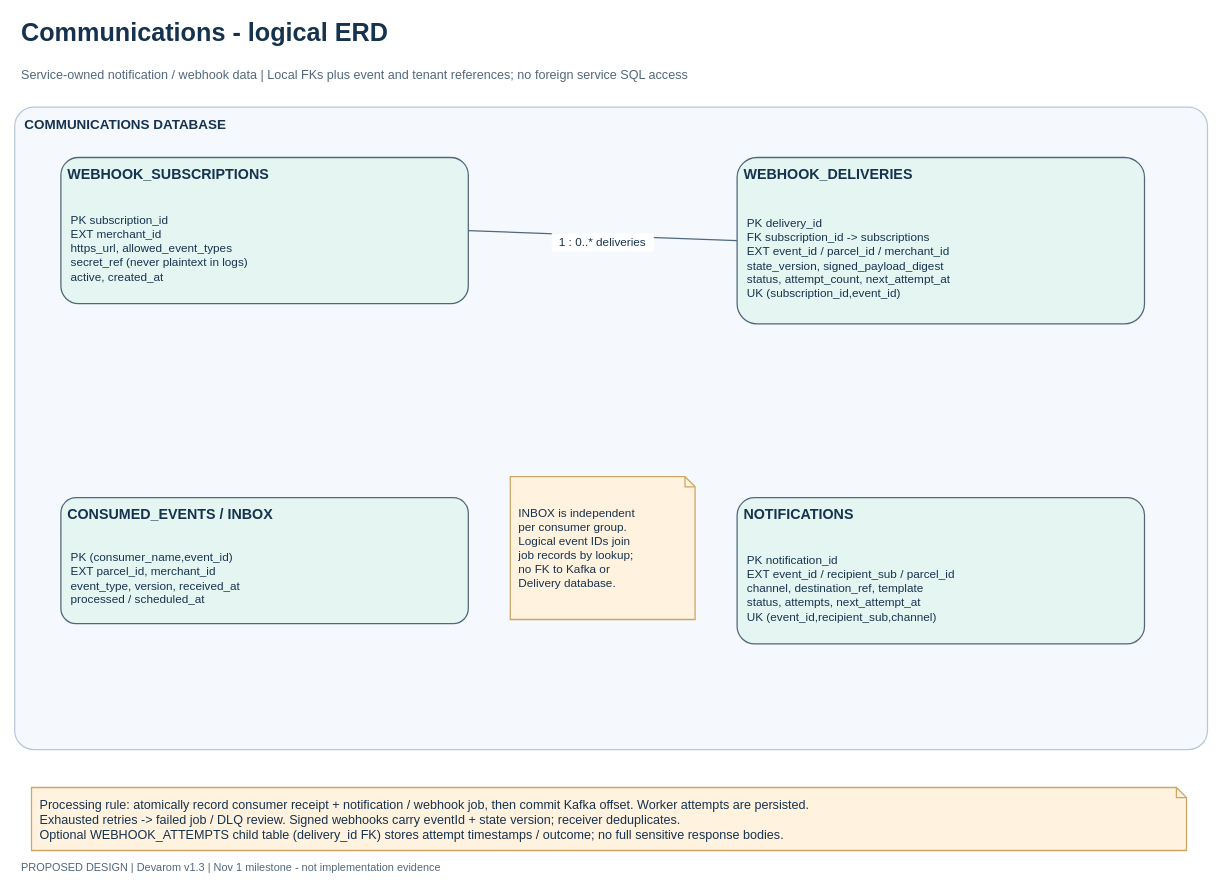
Suthankan1/swiftdrop keeps this draw.io diagram as docs/diagrams/editable/16_communications_erd.drawio. Above is the earlier version. Source tidied: cells renumbered, new cells numbered last; positions are measured from the earlier drawing's top-left corner, leaving out a move shared by most shapes. Both pictures are drawn from the tidied source at 84%, with x=0, y=0 at pixel (14, 14).
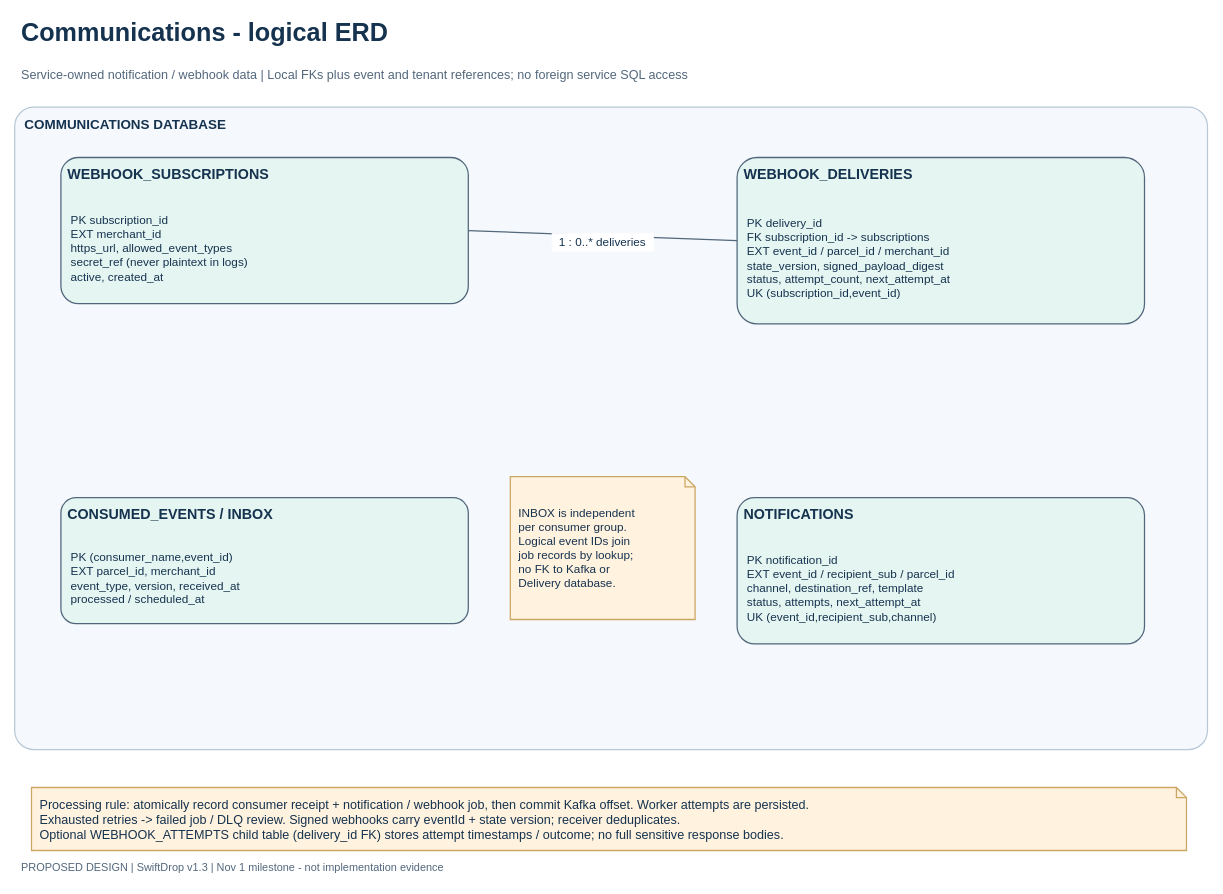
The same diagram, later.

Change to the diagram source:
```diff
@@
-    <mxCell id="10" value="PROPOSED DESIGN | Devarom v1.3 | Nov 1 milestone - not implementation evidence" style="text;html=0;whiteSpace=wrap;align=left;verticalAlign=middle;fontFamily=Helvetica;fontSize=13;fontColor=#52677C;fontStyle=0;fillColor=#FFFFFF;strokeColor=#52677C;strokeWidth=1.5;spacing=10;fillColor=none;strokeColor=none;spacing=0;" parent="1" vertex="1">
+    <mxCell id="10" value="PROPOSED DESIGN | SwiftDrop v1.3 | Nov 1 milestone - not implementation evidence" style="text;html=0;whiteSpace=wrap;align=left;verticalAlign=middle;fontFamily=Helvetica;fontSize=13;fontColor=#52677C;fontStyle=0;fillColor=#FFFFFF;strokeColor=#52677C;strokeWidth=1.5;spacing=10;fillColor=none;strokeColor=none;spacing=0;" parent="1" vertex="1">
       <mxGeometry x="8" y="1000" width="1404" height="30" as="geometry" />
     </mxCell>
```
